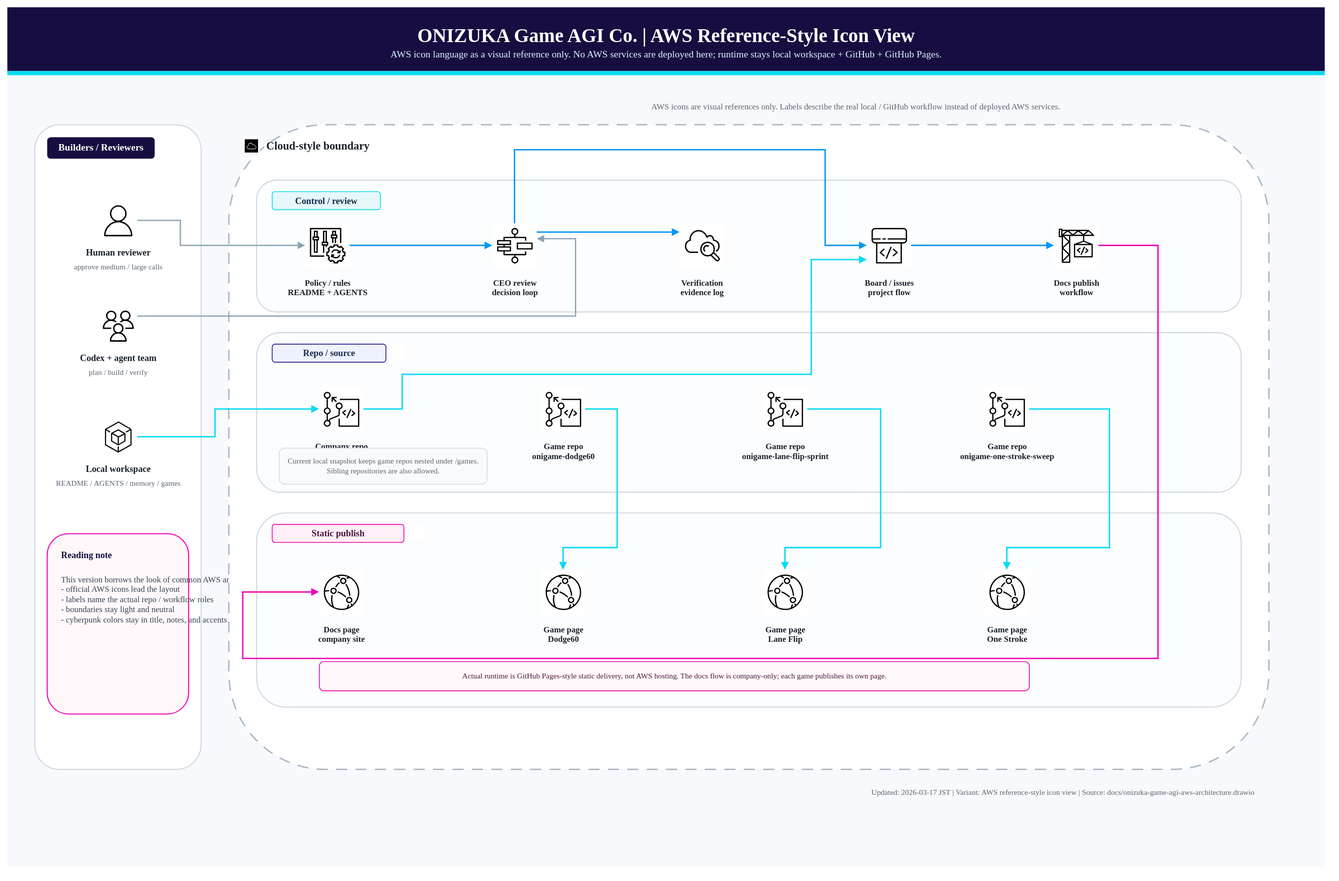
onizuka-agi-co/onizuka-game-agi-co keeps this draw.io diagram as docs/onizuka-game-agi-aws-architecture.drawio.svg. Above is the earlier version. Source tidied: cells renumbered, new cells last; positions are measured from the earlier drawing's top-left corner, leaving out a move shared by most shapes.
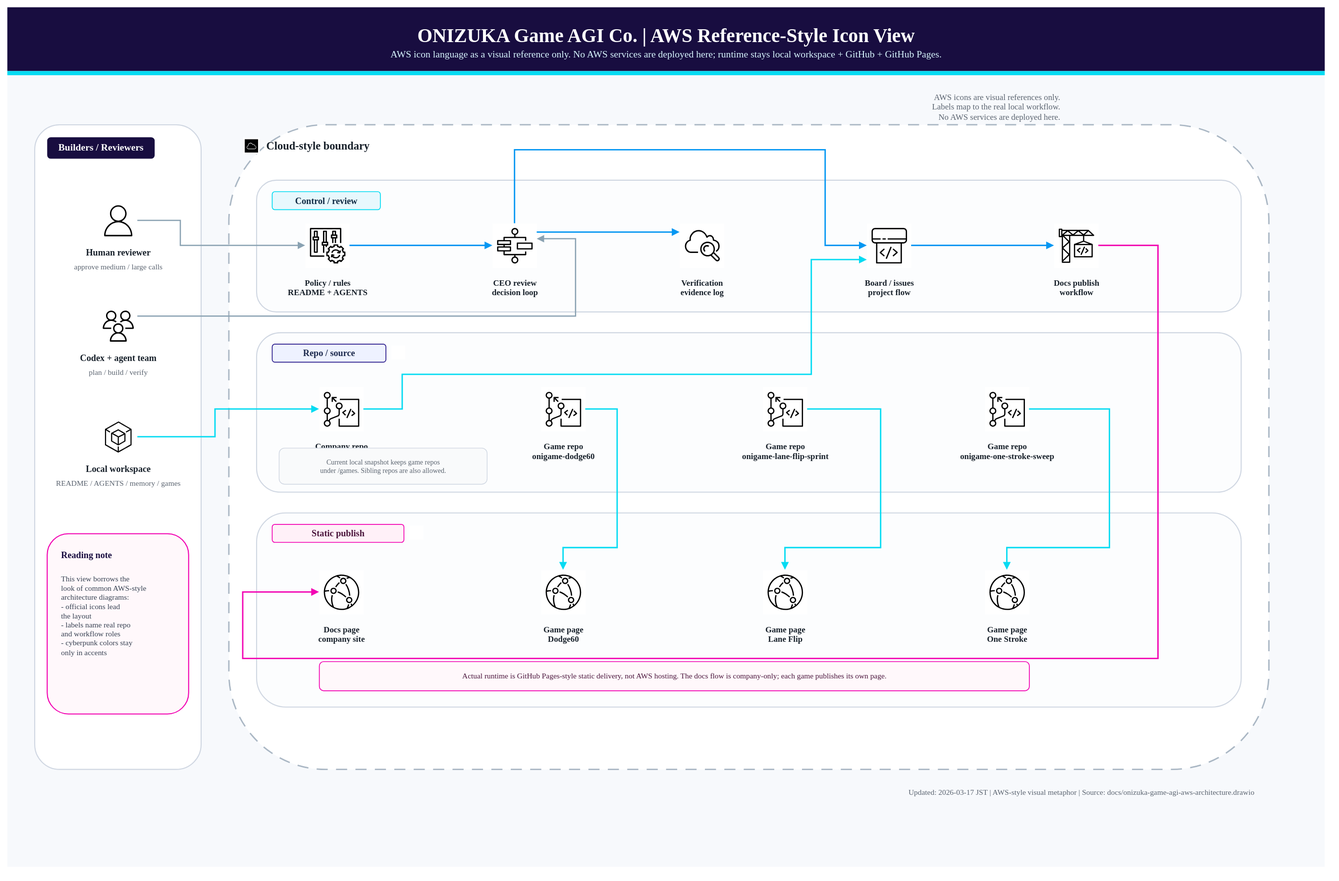
Above is the later version.

Commit message:
🧹 Fix architecture text overflow and diagram linting

What changed in the source:
```diff
@@ -59,7 +59,7 @@
     <mxCell id="20" value="Reading note" style="text;html=1;strokeColor=none;fillColor=none;align=left;verticalAlign=middle;fontSize=13;fontStyle=1;fontFamily=Noto Sans JP;fontColor=#180D40;" parent="1" vertex="1">
       <mxGeometry x="76" y="780" width="160" height="20" as="geometry" />
     </mxCell>
-    <mxCell id="21" value="This version borrows the look of common AWS architecture diagrams:&lt;br&gt;- official AWS icons lead the layout&lt;br&gt;- labels name the actual repo / workflow roles&lt;br&gt;- boundaries stay light and neutral&lt;br&gt;- cyberpunk colors stay in title, notes, and accents only" style="text;html=1;strokeColor=none;fillColor=none;align=left;verticalAlign=top;fontSize=12;fontFamily=Noto Sans JP;fontColor=#364152;" parent="1" vertex="1">
+    <mxCell id="21" value="This view borrows the&lt;br&gt;look of common AWS-style&lt;br&gt;architecture diagrams:&lt;br&gt;- official icons lead&lt;br&gt;the layout&lt;br&gt;- labels name real repo&lt;br&gt;and workflow roles&lt;br&gt;- cyberpunk colors stay&lt;br&gt;only in accents" style="text;html=1;strokeColor=none;fillColor=none;align=left;verticalAlign=top;fontSize=11;fontFamily=Noto Sans JP;fontColor=#364152;" parent="1" vertex="1">
       <mxGeometry x="76" y="812" width="168" height="186" as="geometry" />
     </mxCell>
     <mxCell id="22" style="rounded=1;whiteSpace=wrap;html=1;fillColor=#FFFFFF;strokeColor=#AAB7C4;strokeWidth=2;dashed=1;dashPattern=8 6;" parent="1" vertex="1">
@@ -71,7 +71,7 @@
     <mxCell id="24" value="Cloud-style boundary" style="text;html=1;strokeColor=none;fillColor=none;align=left;verticalAlign=middle;fontSize=16;fontStyle=1;fontFamily=Noto Sans JP;fontColor=#17202A;" parent="1" vertex="1">
       <mxGeometry x="372" y="190" width="260" height="20" as="geometry" />
     </mxCell>
-    <mxCell id="25" value="AWS icons are visual references only. Labels describe the real local / GitHub workflow instead of deployed AWS services." style="text;html=1;strokeColor=none;fillColor=none;align=right;verticalAlign=middle;fontSize=12;fontFamily=Noto Sans JP;fontColor=#5B6470;" parent="1" vertex="1">
+    <mxCell id="25" value="AWS icons are visual references only.&lt;br&gt;Labels map to the real local workflow.&lt;br&gt;No AWS services are deployed here." style="text;html=1;strokeColor=none;fillColor=none;align=right;verticalAlign=middle;fontSize=12;fontFamily=Noto Sans JP;fontColor=#5B6470;" parent="1" vertex="1">
       <mxGeometry x="1240" y="118" width="280" height="52" as="geometry" />
     </mxCell>
     <mxCell id="26" style="rounded=1;whiteSpace=wrap;html=1;fillColor=#FCFDFE;strokeColor=#D0D7E2;strokeWidth=1.5;" parent="1" vertex="1">
@@ -152,7 +152,7 @@
     <mxCell id="51" style="rounded=1;whiteSpace=wrap;html=1;fillColor=#F9FAFB;strokeColor=#D0D7E2;strokeWidth=1;" parent="1" vertex="1">
       <mxGeometry x="392" y="636" width="300" height="52" as="geometry" />
     </mxCell>
-    <mxCell id="52" value="Current local snapshot keeps game repos nested under /games.&lt;br&gt;Sibling repositories are also allowed." style="text;html=1;strokeColor=none;fillColor=none;align=center;verticalAlign=middle;fontSize=11;fontFamily=Noto Sans JP;fontColor=#5B6470;" parent="1" vertex="1">
+    <mxCell id="52" value="Current local snapshot keeps game repos&lt;br&gt;under /games. Sibling repos are also allowed." style="text;html=1;strokeColor=none;fillColor=none;align=center;verticalAlign=middle;fontSize=10;fontFamily=Noto Sans JP;fontColor=#5B6470;" parent="1" vertex="1">
       <mxGeometry x="408" y="646" width="268" height="32" as="geometry" />
     </mxCell>
     <mxCell id="53" style="rounded=1;whiteSpace=wrap;html=1;fillColor=#FCFDFE;strokeColor=#D0D7E2;strokeWidth=1.5;" parent="1" vertex="1">
@@ -287,8 +287,8 @@
         </Array>
       </mxGeometry>
     </mxCell>
-    <mxCell id="79" value="Updated: 2026-03-17 JST | Variant: AWS reference-style icon view | Source: docs/onizuka-game-agi-aws-architecture.drawio" style="text;html=1;strokeColor=none;fillColor=none;align=right;verticalAlign=middle;fontSize=11;fontFamily=Noto Sans JP;fontColor=#5B6470;" parent="1" vertex="1">
-      <mxGeometry x="1080" y="1124" width="720" height="18" as="geometry" />
+    <mxCell id="79" value="Updated: 2026-03-17 JST | AWS-style visual metaphor | Source: docs/onizuka-game-agi-aws-architecture.drawio" style="text;html=1;strokeColor=none;fillColor=none;align=right;verticalAlign=middle;fontSize=11;fontFamily=Noto Sans JP;fontColor=#5B6470;" parent="1" vertex="1">
+      <mxGeometry x="1040" y="1124" width="760" height="18" as="geometry" />
     </mxCell>
   </root>
 </mxGraphModel>
```
